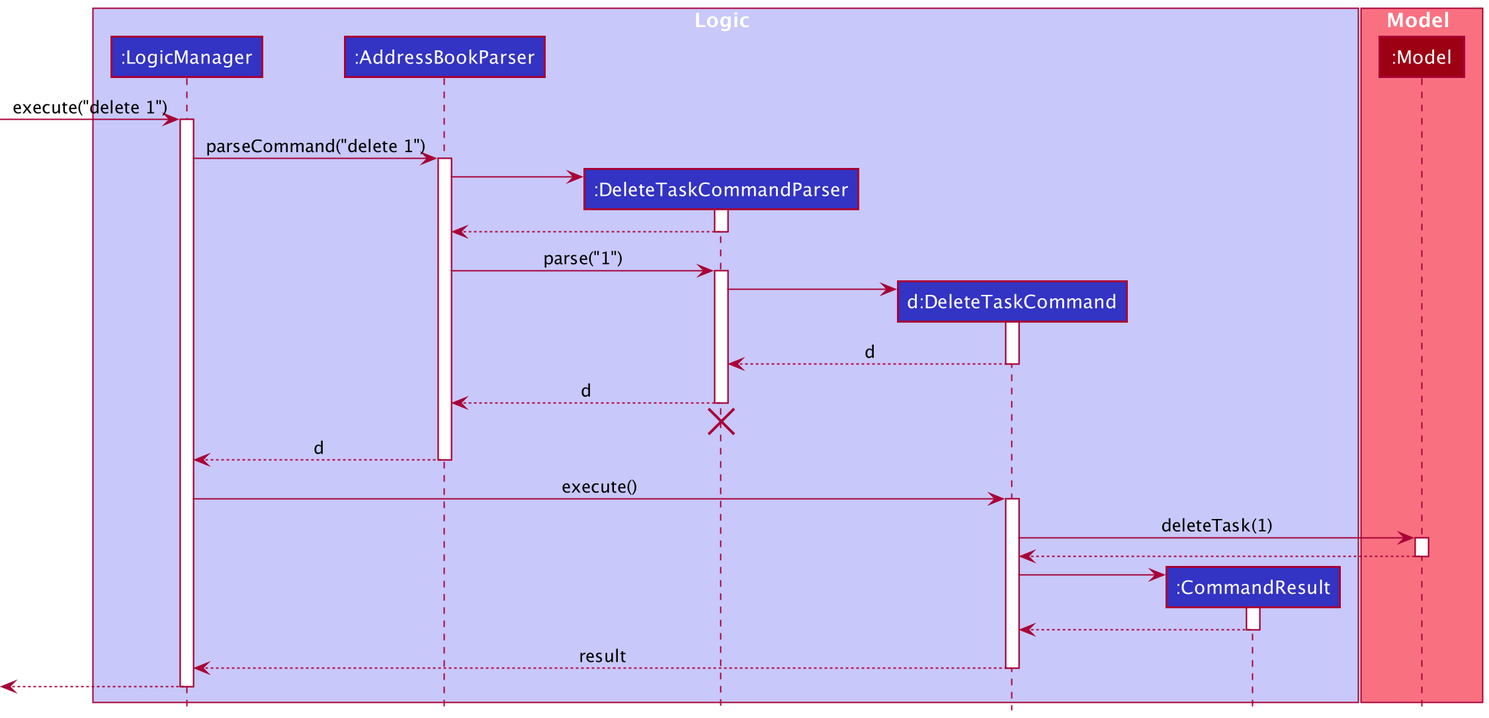
The PlantUML diagram docs/images/DeleteTaskSequenceDiagram.png in nus-cs2103-AY2021S2/tp, before a commit. The source it was exported from:
```plantuml
@startuml
!include style.puml

box Logic LOGIC_COLOR_T1
participant ":LogicManager" as LogicManager LOGIC_COLOR
participant ":AddressBookParser" as AddressBookParser LOGIC_COLOR
participant ":DeleteTaskCommandParser" as DeleteTaskCommandParser LOGIC_COLOR
participant "d:DeleteTaskCommand" as DeleteTaskCommand LOGIC_COLOR
participant ":CommandResult" as CommandResult LOGIC_COLOR
end box

box Model MODEL_COLOR_T1
participant ":Model" as Model MODEL_COLOR
end box

[-> LogicManager : execute("delete 1")
activate LogicManager

LogicManager -> AddressBookParser : parseCommand("delete 1")
activate AddressBookParser

create DeleteTaskCommandParser
AddressBookParser -> DeleteTaskCommandParser
activate DeleteTaskCommandParser

DeleteTaskCommandParser --> AddressBookParser
deactivate DeleteTaskCommandParser

AddressBookParser -> DeleteTaskCommandParser : parse("1")
activate DeleteTaskCommandParser

create DeleteTaskCommand
DeleteTaskCommandParser -> DeleteTaskCommand
activate DeleteTaskCommand

DeleteTaskCommand --> DeleteTaskCommandParser : d
deactivate DeleteTaskCommand

DeleteTaskCommandParser --> AddressBookParser : d
deactivate DeleteTaskCommandParser
DeleteTaskCommandParser -[hidden]-> AddressBookParser
destroy DeleteTaskCommandParser

AddressBookParser --> LogicManager : d
deactivate AddressBookParser

LogicManager -> DeleteTaskCommand : execute()
activate DeleteTaskCommand

DeleteTaskCommand -> Model : deleteTask(1)
activate Model

Model --> DeleteTaskCommand
deactivate Model

create CommandResult
DeleteTaskCommand -> CommandResult
activate CommandResult

CommandResult --> DeleteTaskCommand
deactivate CommandResult

DeleteTaskCommand --> LogicManager : result
deactivate DeleteTaskCommand

[<--LogicManager
deactivate LogicManager
@enduml
```
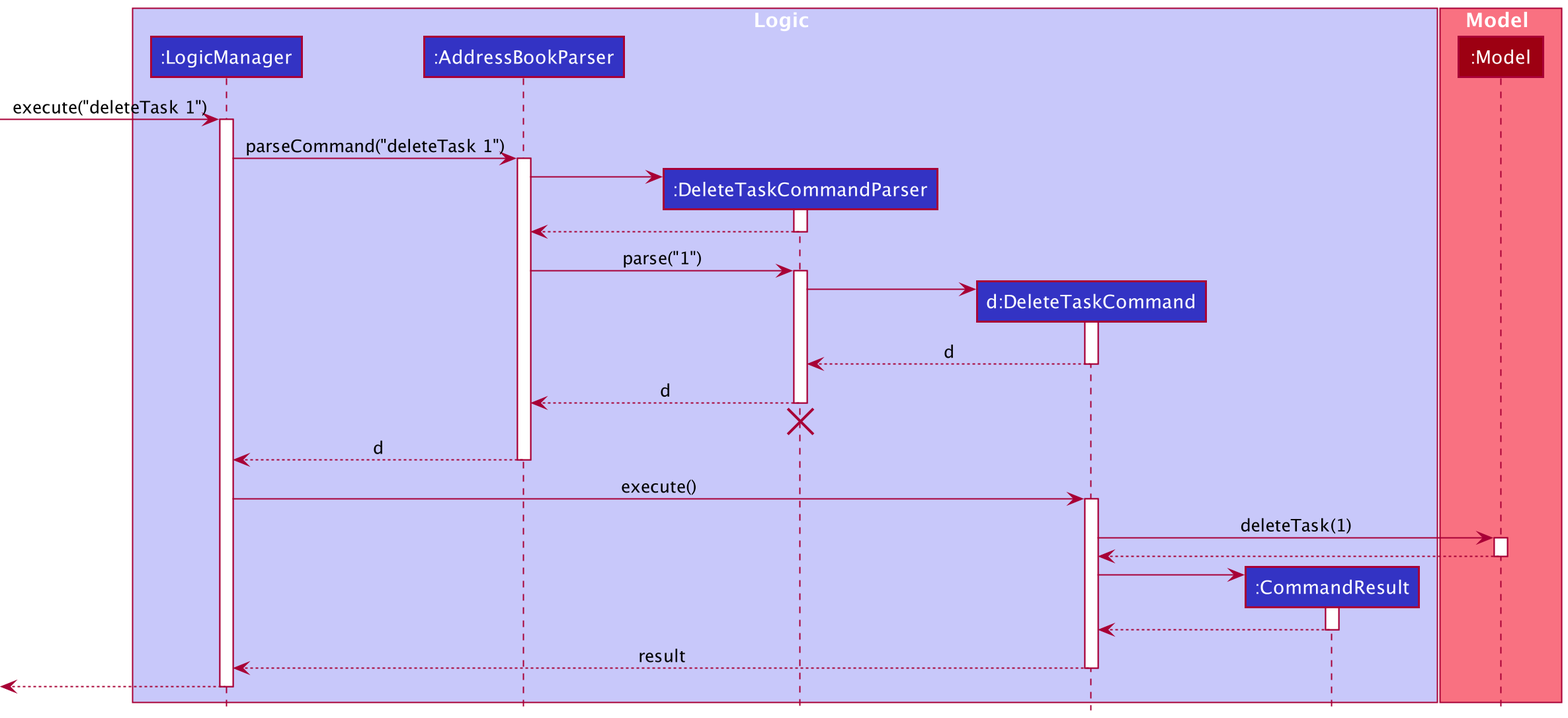
The same diagram one commit later.

Commit message:
add explanation for feature implementation of deleteTask in DG

Diff of the diagram source:
```diff
@@ -13,10 +13,10 @@
 participant ":Model" as Model MODEL_COLOR
 end box
 
-[-> LogicManager : execute("delete 1")
+[-> LogicManager : execute("deleteTask 1")
 activate LogicManager
 
-LogicManager -> AddressBookParser : parseCommand("delete 1")
+LogicManager -> AddressBookParser : parseCommand("deleteTask 1")
 activate AddressBookParser
 
 create DeleteTaskCommandParser
```
